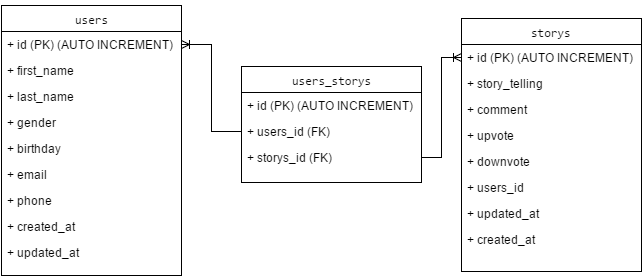
Earlier version of the draw.io export schema_forum.png (cross-fox-2017/schema-forum). Source tidied: cells renumbered, new cells last; positions are measured from the earlier drawing's top-left corner, leaving out a move shared by most shapes.
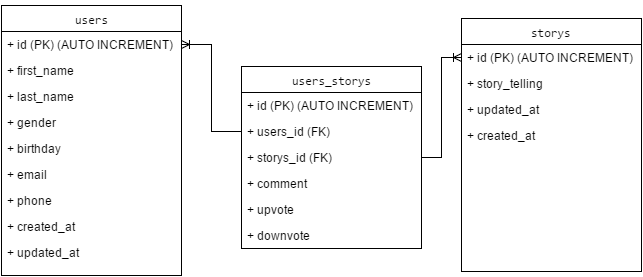
Above is the later version.

The edit, as a diff of the source:
```diff
@@ -41,26 +41,14 @@
     <mxCell id="14" value="+ story_telling" style="text;html=1;strokeColor=none;fillColor=none;align=left;verticalAlign=top;spacingLeft=4;spacingRight=4;whiteSpace=wrap;overflow=hidden;" parent="12" vertex="1">
       <mxGeometry y="52" width="180" height="26" as="geometry" />
     </mxCell>
-    <mxCell id="15" value="+ comment" style="text;html=1;strokeColor=none;fillColor=none;align=left;verticalAlign=top;spacingLeft=4;spacingRight=4;whiteSpace=wrap;overflow=hidden;" parent="12" vertex="1">
-      <mxGeometry y="78" width="180" height="26" as="geometry" />
-    </mxCell>
-    <mxCell id="16" value="+ upvote" style="text;html=1;strokeColor=none;fillColor=none;align=left;verticalAlign=top;spacingLeft=4;spacingRight=4;whiteSpace=wrap;overflow=hidden;" parent="12" vertex="1">
-      <mxGeometry y="104" width="180" height="26" as="geometry" />
-    </mxCell>
-    <mxCell id="17" value="+ downvote" style="text;html=1;strokeColor=none;fillColor=none;align=left;verticalAlign=top;spacingLeft=4;spacingRight=4;whiteSpace=wrap;overflow=hidden;" parent="12" vertex="1">
-      <mxGeometry y="130" width="180" height="26" as="geometry" />
-    </mxCell>
-    <mxCell id="18" value="+ users_id" style="text;html=1;strokeColor=none;fillColor=none;align=left;verticalAlign=top;spacingLeft=4;spacingRight=4;whiteSpace=wrap;overflow=hidden;" parent="12" vertex="1">
-      <mxGeometry y="156" width="180" height="26" as="geometry" />
-    </mxCell>
     <mxCell id="19" value="+&amp;nbsp;&lt;span&gt;updated_at &lt;/span&gt;" style="text;html=1;strokeColor=none;fillColor=none;align=left;verticalAlign=top;spacingLeft=4;spacingRight=4;whiteSpace=wrap;overflow=hidden;" parent="12" vertex="1">
-      <mxGeometry y="182" width="180" height="26" as="geometry" />
+      <mxGeometry y="78" width="180" height="26" as="geometry" />
     </mxCell>
     <mxCell id="20" value="+&amp;nbsp;&lt;span&gt;created_at&lt;/span&gt;" style="text;html=1;strokeColor=none;fillColor=none;align=left;verticalAlign=top;spacingLeft=4;spacingRight=4;whiteSpace=wrap;overflow=hidden;" parent="12" vertex="1">
-      <mxGeometry y="208" width="180" height="26" as="geometry" />
+      <mxGeometry y="104" width="180" height="26" as="geometry" />
     </mxCell>
     <mxCell id="21" value="&lt;pre&gt;&lt;pre&gt;&lt;span&gt;users_&lt;/span&gt;storys&lt;br&gt;&lt;/pre&gt;&lt;/pre&gt;" style="swimlane;html=1;fontStyle=0;horizontal=1;startSize=26;fillColor=none;swimlaneFillColor=#ffffff;" parent="1" vertex="1">
-      <mxGeometry x="240" y="61" width="180" height="116" as="geometry" />
+      <mxGeometry x="240" y="61" width="180" height="182" as="geometry" />
     </mxCell>
     <mxCell id="22" value="+&amp;nbsp;&lt;span&gt;id (PK) (&lt;/span&gt;&lt;span&gt;AUTO INCREMENT)&lt;/span&gt;" style="text;html=1;strokeColor=none;fillColor=none;align=left;verticalAlign=top;spacingLeft=4;spacingRight=4;whiteSpace=wrap;overflow=hidden;" parent="21" vertex="1">
       <mxGeometry y="26" width="180" height="26" as="geometry" />
@@ -71,6 +59,15 @@
     <mxCell id="24" value="+ storys_id (FK)" style="text;html=1;strokeColor=none;fillColor=none;align=left;verticalAlign=top;spacingLeft=4;spacingRight=4;whiteSpace=wrap;overflow=hidden;points=[[0,0.5],[1,0.5]];portConstraint=eastwest;" parent="21" vertex="1">
       <mxGeometry y="78" width="180" height="26" as="geometry" />
     </mxCell>
+    <mxCell id="15" value="+ comment" style="text;html=1;strokeColor=none;fillColor=none;align=left;verticalAlign=top;spacingLeft=4;spacingRight=4;whiteSpace=wrap;overflow=hidden;" parent="21" vertex="1">
+      <mxGeometry y="104" width="180" height="26" as="geometry" />
+    </mxCell>
+    <mxCell id="16" value="+ upvote" style="text;html=1;strokeColor=none;fillColor=none;align=left;verticalAlign=top;spacingLeft=4;spacingRight=4;whiteSpace=wrap;overflow=hidden;" parent="21" vertex="1">
+      <mxGeometry y="130" width="180" height="26" as="geometry" />
+    </mxCell>
+    <mxCell id="17" value="+ downvote" style="text;html=1;strokeColor=none;fillColor=none;align=left;verticalAlign=top;spacingLeft=4;spacingRight=4;whiteSpace=wrap;overflow=hidden;" parent="21" vertex="1">
+      <mxGeometry y="156" width="180" height="26" as="geometry" />
+    </mxCell>
     <mxCell id="25" style="edgeStyle=orthogonalEdgeStyle;rounded=0;html=1;startArrow=none;startFill=0;endArrow=ERoneToMany;endFill=0;jettySize=auto;" parent="1" edge="1" source="23" target="3">
       <mxGeometry relative="1" as="geometry" />
     </mxCell>
```
